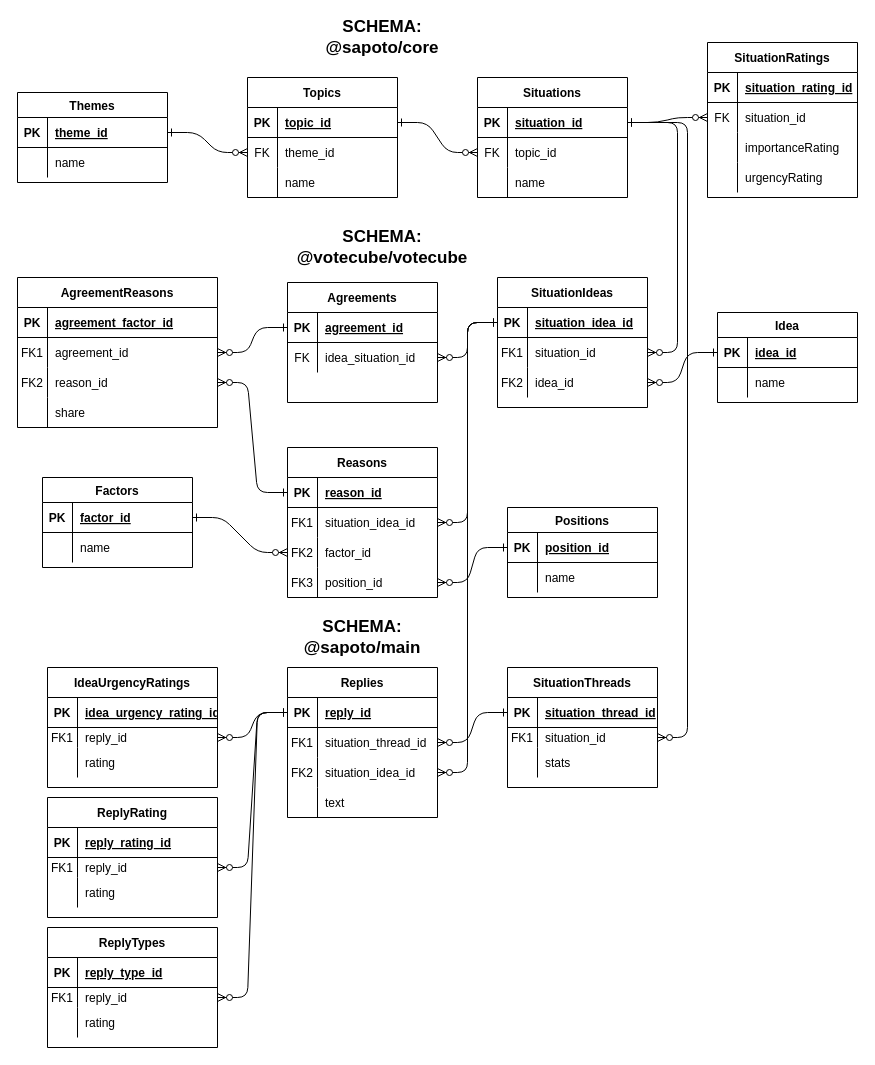
Earlier version of the draw.io diagram apps/entity-relationship-diagram.drawio (Past-The-War-Earth/sapoto.net). Source tidied: cells renumbered, new cells numbered last; positions are measured from the earlier drawing's top-left corner, leaving out a move shared by most shapes. Both pictures are drawn from the tidied source at 100%, with x=0, y=0 at pixel (17, 17).
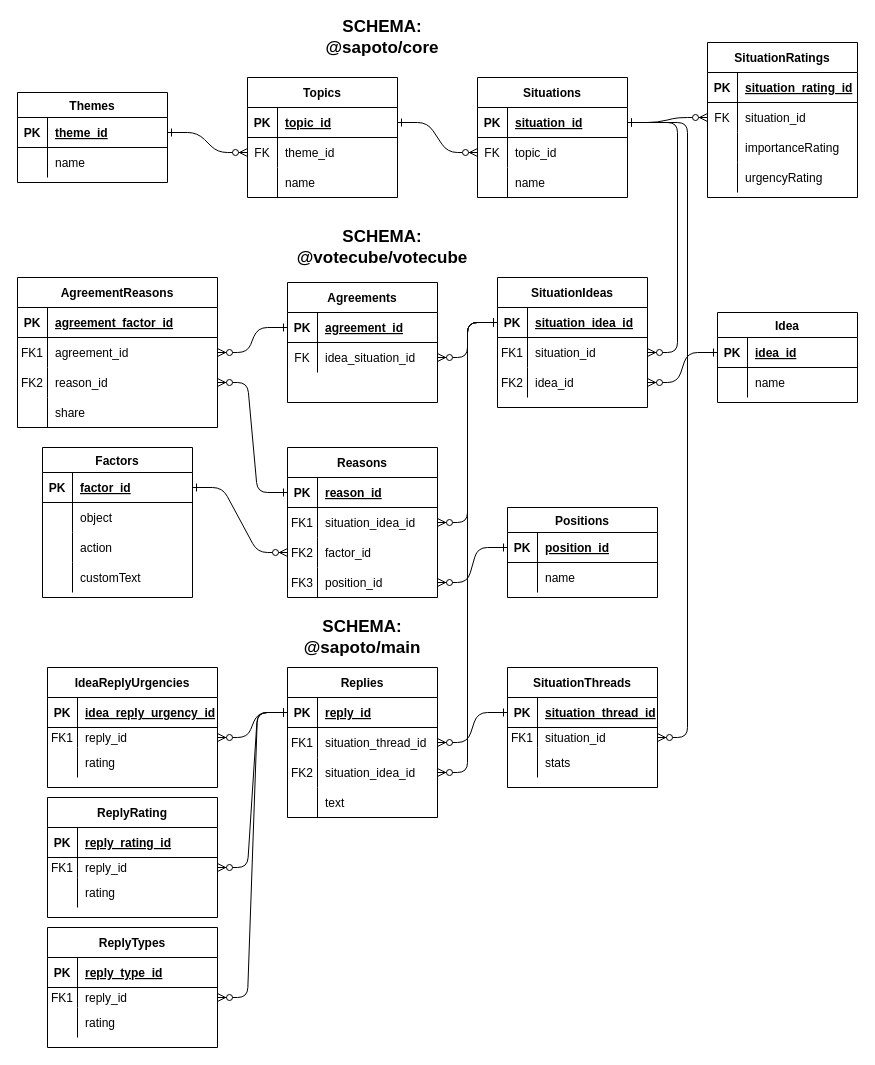
The same page after the edit.

The change refers to these unchanged cells:
```xml
<mxCell id="128" style="shape=partialRectangle;fillColor=none;top=0;left=0;right=0;bottom=0;" parent="124" vertex="1">
  <mxGeometry y="55" width="150" height="30" as="geometry" />
</mxCell>
<mxCell id="144" style="shape=partialRectangle;fillColor=none;top=0;left=0;right=0;bottom=1;" parent="143" vertex="1">
  <mxGeometry y="30" width="170" height="30" as="geometry" />
</mxCell>
```

Change to the diagram source:
```diff
@@
     <mxCell id="124" value="Factors" style="shape=table;startSize=25;childLayout=tableLayout;rowLines=0;fontStyle=1;align=center;" parent="1" vertex="1">
-      <mxGeometry x="25" y="460" width="150" height="90" as="geometry" />
+      <mxGeometry x="25" y="430" width="150" height="150" as="geometry" />
     </mxCell>
@@
-    <mxCell id="130" value="name" style="shape=partialRectangle;overflow=hidden;fillColor=none;top=0;left=0;bottom=0;right=0;align=left;spacingLeft=6;" parent="128" vertex="1">
+    <mxCell id="130" value="object" style="shape=partialRectangle;overflow=hidden;fillColor=none;top=0;left=0;bottom=0;right=0;align=left;spacingLeft=6;" parent="128" vertex="1">
       <mxGeometry x="30" width="120" height="30" as="geometry" />
     </mxCell>
+    <mxCell id="179" style="shape=partialRectangle;fillColor=none;top=0;left=0;right=0;bottom=0;" parent="124" vertex="1">
+      <mxGeometry y="85" width="150" height="30" as="geometry" />
+    </mxCell>
+    <mxCell id="180" style="shape=partialRectangle;overflow=hidden;fillColor=none;top=0;left=0;bottom=0;right=0;" parent="179" vertex="1">
+      <mxGeometry width="30" height="30" as="geometry" />
+    </mxCell>
+    <mxCell id="181" value="action" style="shape=partialRectangle;overflow=hidden;fillColor=none;top=0;left=0;bottom=0;right=0;align=left;spacingLeft=6;" parent="179" vertex="1">
+      <mxGeometry x="30" width="120" height="30" as="geometry" />
+    </mxCell>
+    <mxCell id="182" style="shape=partialRectangle;fillColor=none;top=0;left=0;right=0;bottom=0;" parent="124" vertex="1">
+      <mxGeometry y="115" width="150" height="30" as="geometry" />
+    </mxCell>
+    <mxCell id="183" style="shape=partialRectangle;overflow=hidden;fillColor=none;top=0;left=0;bottom=0;right=0;" parent="182" vertex="1">
+      <mxGeometry width="30" height="30" as="geometry" />
+    </mxCell>
+    <mxCell id="184" value="customText" style="shape=partialRectangle;overflow=hidden;fillColor=none;top=0;left=0;bottom=0;right=0;align=left;spacingLeft=6;" parent="182" vertex="1">
+      <mxGeometry x="30" width="120" height="30" as="geometry" />
+    </mxCell>
@@
-    <mxCell id="143" value="IdeaUrgencyRatings" style="shape=table;startSize=30;childLayout=tableLayout;rowLines=0;fontStyle=1;align=center;" parent="1" vertex="1">
+    <mxCell id="143" value="IdeaReplyUrgencies" style="shape=table;startSize=30;childLayout=tableLayout;rowLines=0;fontStyle=1;align=center;" parent="1" vertex="1">
       <mxGeometry x="30" y="650" width="170" height="120" as="geometry" />
     </mxCell>
@@
-    <mxCell id="146" value="idea_urgency_rating_id" style="shape=partialRectangle;overflow=hidden;fillColor=none;top=0;left=0;bottom=0;right=0;align=left;spacingLeft=6;fontStyle=5;" parent="144" vertex="1">
+    <mxCell id="146" value="idea_reply_urgency_id" style="shape=partialRectangle;overflow=hidden;fillColor=none;top=0;left=0;bottom=0;right=0;align=left;spacingLeft=6;fontStyle=5;" parent="144" vertex="1">
       <mxGeometry x="30" width="140" height="30" as="geometry" />
     </mxCell>
```
